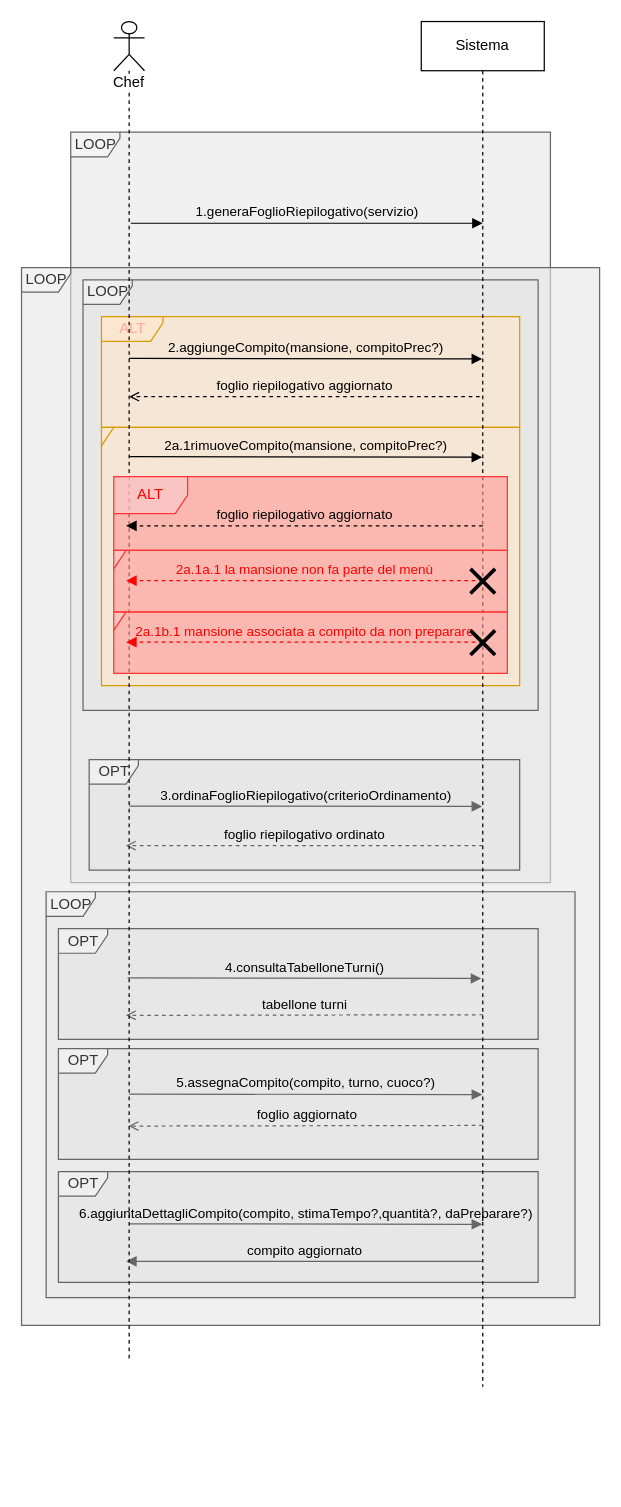
The draw.io diagram Modellazione_business_requisiti/SSD/SSD_estensioni_eccezioni_passo_2.drawio in Giacca01/CateRingProject, before the edit. Source tidied: cells renumbered, new cells numbered last; positions are measured from the earlier drawing's top-left corner, leaving out a move shared by most shapes. Both pictures are drawn from the tidied source at 123%, with x=0, y=0 at pixel (21, 21).
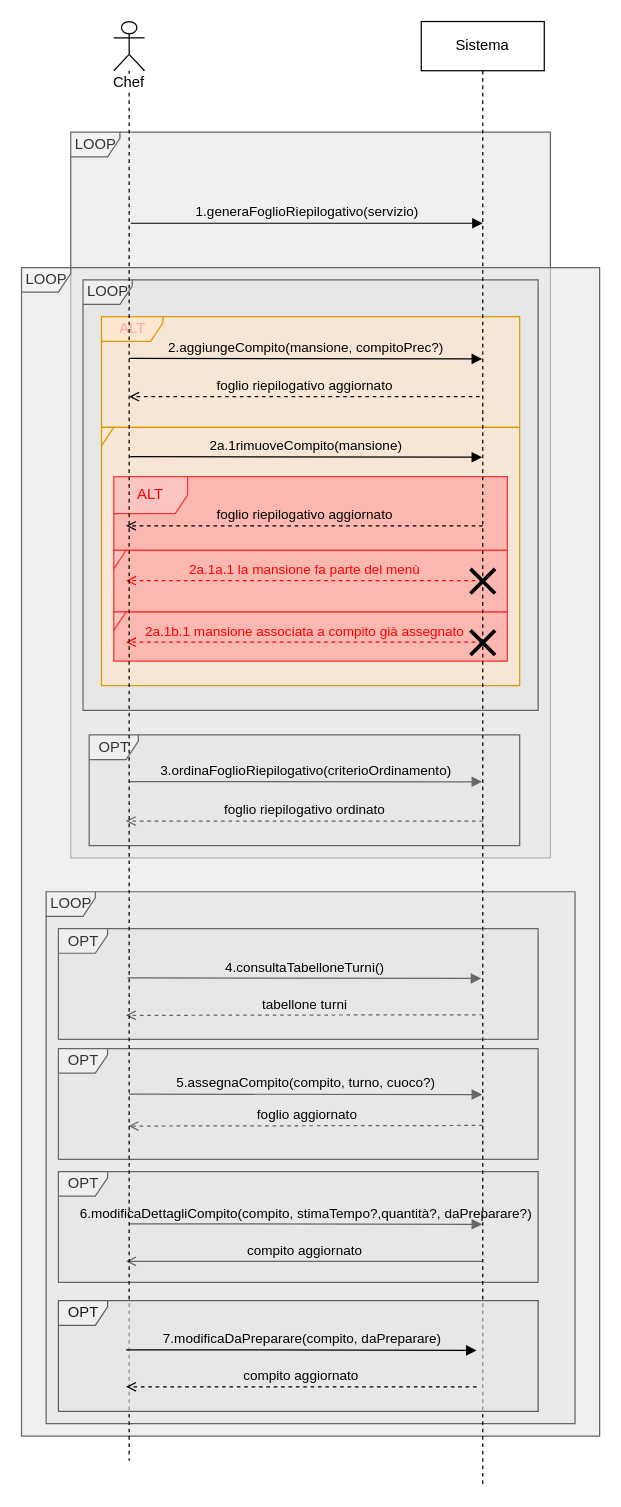
Above is the later version.

Unchanged cells that the change refers to:
```xml
<mxCell id="26" style="group;" parent="1" vertex="1">
  <mxGeometry x="75" y="370" width="320" height="160" as="geometry" />
</mxCell>
```

What changed in the source:
```diff
@@
     <mxCell id="2" value="LOOP" style="shape=umlFrame;tabWidth=110;tabHeight=30;tabPosition=left;html=1;boundedLbl=1;labelInHeader=1;width=40;height=20;swimlaneFillColor=#E6E6E6;fillColor=#f5f5f5;strokeColor=#666666;fillOpacity=60;fontColor=#333333;" parent="1" vertex="1">
-      <mxGeometry x="40" y="90" width="390" height="610" as="geometry" />
+      <mxGeometry x="40" y="90" width="390" height="590" as="geometry" />
     </mxCell>
@@
     <mxCell id="4" value="LOOP" style="shape=umlFrame;tabWidth=110;tabHeight=30;tabPosition=left;html=1;boundedLbl=1;labelInHeader=1;width=40;height=20;swimlaneFillColor=#E6E6E6;fillColor=#f5f5f5;strokeColor=#666666;fillOpacity=60;fontColor=#333333;" parent="1" vertex="1">
-      <mxGeometry y="200" width="470" height="860" as="geometry" />
+      <mxGeometry y="200" width="470" height="950" as="geometry" />
     </mxCell>
     <mxCell id="5" value="LOOP" style="shape=umlFrame;tabWidth=110;tabHeight=30;tabPosition=left;html=1;boundedLbl=1;labelInHeader=1;width=40;height=20;swimlaneFillColor=#E6E6E6;fillColor=#f5f5f5;strokeColor=#666666;fillOpacity=60;fontColor=#333333;" parent="1" vertex="1">
-      <mxGeometry x="20" y="707.5" width="430" height="330" as="geometry" />
+      <mxGeometry x="20" y="707.5" width="430" height="432.5" as="geometry" />
     </mxCell>
@@
-    <mxCell id="13" value="6.aggiuntaDettagliCompito(compito, stimaTempo?,quantità?, daPreparare?)" style="html=1;verticalAlign=bottom;endArrow=block;edgeStyle=elbowEdgeStyle;elbow=horizontal;curved=0;rounded=0;labelBackgroundColor=none;fillColor=#f5f5f5;strokeColor=#666666;" parent="1" edge="1" target="25">
+    <mxCell id="13" value="6.modificaDettagliCompito(compito, stimaTempo?,quantità?, daPreparare?)" style="html=1;verticalAlign=bottom;endArrow=block;edgeStyle=elbowEdgeStyle;elbow=horizontal;curved=0;rounded=0;labelBackgroundColor=none;fillColor=#f5f5f5;strokeColor=#666666;" parent="1" edge="1" target="25">
       <mxGeometry relative="1" as="geometry">
         <mxPoint x="87.5" y="977.5" as="sourcePoint" />
         <Array as="points">
           <mxPoint x="183" y="977.9" />
         </Array>
       </mxGeometry>
     </mxCell>
-    <mxCell id="14" value="compito aggiornato" style="html=1;verticalAlign=bottom;endArrow=block;edgeStyle=elbowEdgeStyle;elbow=vertical;curved=0;rounded=0;labelBackgroundColor=none;fillColor=#f5f5f5;strokeColor=#666666;" parent="1" edge="1" source="25">
+    <mxCell id="14" value="compito aggiornato" style="html=1;verticalAlign=bottom;endArrow=open;edgeStyle=elbowEdgeStyle;elbow=vertical;curved=0;rounded=0;labelBackgroundColor=none;fillColor=#f5f5f5;strokeColor=#666666;endFill=0;" parent="1" edge="1" source="25">
       <mxGeometry relative="1" as="geometry">
         <mxPoint x="85" y="1007.5" as="targetPoint" />
       </mxGeometry>
     </mxCell>
@@
-    <mxCell id="16" value="OPT" style="shape=umlFrame;tabWidth=110;tabHeight=30;tabPosition=left;html=1;boundedLbl=1;labelInHeader=1;width=40;height=20;swimlaneFillColor=#E6E6E6;fillColor=#f5f5f5;strokeColor=#666666;fillOpacity=60;fontColor=#333333;" parent="1" vertex="1">
-      <mxGeometry x="55" y="600" width="350" height="90" as="geometry" />
-    </mxCell>
-    <mxCell id="17" value="foglio riepilogativo ordinato" style="html=1;verticalAlign=bottom;endArrow=open;edgeStyle=elbowEdgeStyle;elbow=vertical;curved=0;rounded=0;labelBackgroundColor=none;endFill=0;dashed=1;fillColor=#f5f5f5;strokeColor=#666666;" parent="16" edge="1">
-      <mxGeometry relative="1" as="geometry">
-        <mxPoint x="320.2" y="70" as="sourcePoint" />
-        <mxPoint x="29.8" y="70.1" as="targetPoint" />
-      </mxGeometry>
-    </mxCell>
-    <mxCell id="18" value="3.ordinaFoglioRiepilogativo(criterioOrdinamento)" style="html=1;verticalAlign=bottom;endArrow=block;edgeStyle=elbowEdgeStyle;elbow=vertical;curved=0;rounded=0;labelBackgroundColor=none;fillColor=#f5f5f5;strokeColor=#666666;" parent="16" edge="1" target="25">
-      <mxGeometry relative="1" as="geometry">
-        <mxPoint x="32.5" y="37.9" as="sourcePoint" />
-        <Array as="points">
-          <mxPoint x="128" y="38.1" />
-        </Array>
-      </mxGeometry>
-    </mxCell>
@@
-    <mxCell id="23" value="2a.1rimuoveCompito(mansione, compitoPrec?)" style="html=1;verticalAlign=bottom;endArrow=block;edgeStyle=elbowEdgeStyle;elbow=vertical;curved=0;rounded=0;labelBackgroundColor=none;" parent="1" edge="1" target="25">
+    <mxCell id="23" value="2a.1rimuoveCompito(mansione)" style="html=1;verticalAlign=bottom;endArrow=block;edgeStyle=elbowEdgeStyle;elbow=vertical;curved=0;rounded=0;labelBackgroundColor=none;" parent="1" edge="1" target="25">
       <mxGeometry relative="1" as="geometry">
         <mxPoint x="87.5" y="353.8" as="sourcePoint" />
         <Array as="points">
           <mxPoint x="183" y="354.2" />
         </Array>
       </mxGeometry>
     </mxCell>
-    <mxCell id="24" value="Chef" style="shape=umlLifeline;participant=umlActor;perimeter=lifelinePerimeter;whiteSpace=wrap;html=1;verticalAlign=top;spacingTop=36;outlineConnect=0;labelBackgroundColor=default;" parent="1" vertex="1">
-      <mxGeometry x="75" width="25" height="1090" as="geometry" />
-    </mxCell>
-    <mxCell id="25" value="Sistema" style="shape=umlLifeline;perimeter=lifelinePerimeter;whiteSpace=wrap;html=1;outlineConnect=0;labelBackgroundColor=none;" parent="1" vertex="1">
-      <mxGeometry x="325" width="100" height="1110" as="geometry" />
-    </mxCell>
@@
-    <mxCell id="27" style="shape=umlFrame;whiteSpace=wrap;html=1;swimlaneFillColor=#FF9999;fillColor=#f8cecc;strokeColor=#FF3333;fillOpacity=60;fontColor=#FF0000;width=10;height=15;" parent="26" vertex="1">
-      <mxGeometry y="110" width="320" height="50" as="geometry" />
-    </mxCell>
@@
-    <mxCell id="30" value="foglio riepilogativo aggiornato" style="html=1;verticalAlign=bottom;endArrow=block;edgeStyle=elbowEdgeStyle;elbow=vertical;curved=0;rounded=0;labelBackgroundColor=none;dashed=1;" parent="26" edge="1">
+    <mxCell id="30" value="foglio riepilogativo aggiornato" style="html=1;verticalAlign=bottom;endArrow=open;edgeStyle=elbowEdgeStyle;elbow=vertical;curved=0;rounded=0;labelBackgroundColor=none;dashed=1;endFill=0;" parent="26" edge="1">
       <mxGeometry relative="1" as="geometry">
         <mxPoint x="300" y="40" as="sourcePoint" />
         <mxPoint x="10" y="40.1" as="targetPoint" />
       </mxGeometry>
     </mxCell>
-    <mxCell id="31" value="2a.1a.1 la mansione non fa parte del menù" style="html=1;verticalAlign=bottom;endArrow=block;edgeStyle=elbowEdgeStyle;elbow=horizontal;curved=0;rounded=0;labelBackgroundColor=none;dashed=1;strokeColor=#FF0000;fontColor=#FF0000;" parent="26" edge="1">
+    <mxCell id="31" value="2a.1a.1 la mansione fa parte del menù" style="html=1;verticalAlign=bottom;endArrow=open;edgeStyle=elbowEdgeStyle;elbow=horizontal;curved=0;rounded=0;labelBackgroundColor=none;dashed=1;strokeColor=#FF0000;fontColor=#FF0000;endFill=0;" parent="26" edge="1">
       <mxGeometry relative="1" as="geometry">
         <mxPoint x="300" y="84.5" as="sourcePoint" />
         <mxPoint x="10" y="84.6" as="targetPoint" />
       </mxGeometry>
     </mxCell>
@@
-    <mxCell id="33" value="2a.1b.1 mansione associata a compito da non preparare" style="html=1;verticalAlign=bottom;endArrow=block;edgeStyle=elbowEdgeStyle;elbow=horizontal;curved=0;rounded=0;labelBackgroundColor=none;dashed=1;strokeColor=#FF0000;fontColor=#FF0000;" parent="26" edge="1">
-      <mxGeometry relative="1" as="geometry">
-        <mxPoint x="300" y="134.5" as="sourcePoint" />
-        <mxPoint x="10" y="134.6" as="targetPoint" />
-      </mxGeometry>
-    </mxCell>
-    <mxCell id="34" style="shape=umlDestroy;whiteSpace=wrap;html=1;strokeWidth=3;targetShapes=umlLifeline;" parent="26" vertex="1">
-      <mxGeometry x="290" y="125" width="20" height="20" as="geometry" />
-    </mxCell>
+    <mxCell id="35" style="group;" parent="26" vertex="1">
+      <mxGeometry y="110" width="320" height="40" as="geometry" />
+    </mxCell>
+    <mxCell id="36" style="shape=umlFrame;whiteSpace=wrap;html=1;swimlaneFillColor=#FF9999;fillColor=#f8cecc;strokeColor=#FF3333;fillOpacity=60;fontColor=#FF0000;width=10;height=15;" parent="35" vertex="1">
+      <mxGeometry width="320" height="40" as="geometry" />
+    </mxCell>
+    <mxCell id="37" value="2a.1b.1 mansione associata a compito già assegnato" style="html=1;verticalAlign=bottom;endArrow=open;edgeStyle=elbowEdgeStyle;elbow=horizontal;curved=0;rounded=0;labelBackgroundColor=none;dashed=1;strokeColor=#FF0000;fontColor=#FF0000;endFill=0;" parent="35" edge="1">
+      <mxGeometry relative="1" as="geometry">
+        <mxPoint x="300" y="24.5" as="sourcePoint" />
+        <mxPoint x="10" y="24.6" as="targetPoint" />
+      </mxGeometry>
+    </mxCell>
+    <mxCell id="38" style="shape=umlDestroy;whiteSpace=wrap;html=1;strokeWidth=3;targetShapes=umlLifeline;" parent="35" vertex="1">
+      <mxGeometry x="290" y="15" width="20" height="20" as="geometry" />
+    </mxCell>
+    <mxCell id="16" value="OPT" style="shape=umlFrame;tabWidth=110;tabHeight=30;tabPosition=left;html=1;boundedLbl=1;labelInHeader=1;width=40;height=20;swimlaneFillColor=#E6E6E6;fillColor=#f5f5f5;strokeColor=#666666;fillOpacity=60;fontColor=#333333;" parent="1" vertex="1">
+      <mxGeometry x="55" y="580" width="350" height="90" as="geometry" />
+    </mxCell>
+    <mxCell id="18" value="3.ordinaFoglioRiepilogativo(criterioOrdinamento)" style="html=1;verticalAlign=bottom;endArrow=block;edgeStyle=elbowEdgeStyle;elbow=vertical;curved=0;rounded=0;labelBackgroundColor=none;fillColor=#f5f5f5;strokeColor=#666666;" parent="1" edge="1">
+      <mxGeometry relative="1" as="geometry">
+        <mxPoint x="87.5" y="617.9" as="sourcePoint" />
+        <mxPoint x="374.5" y="618.1" as="targetPoint" />
+        <Array as="points">
+          <mxPoint x="183" y="618.1" />
+        </Array>
+      </mxGeometry>
+    </mxCell>
+    <mxCell id="17" value="foglio riepilogativo ordinato" style="html=1;verticalAlign=bottom;endArrow=open;edgeStyle=elbowEdgeStyle;elbow=vertical;curved=0;rounded=0;labelBackgroundColor=none;endFill=0;dashed=1;fillColor=#f5f5f5;strokeColor=#666666;" parent="1" edge="1">
+      <mxGeometry relative="1" as="geometry">
+        <mxPoint x="375.2" y="650" as="sourcePoint" />
+        <mxPoint x="84.8" y="650.1" as="targetPoint" />
+      </mxGeometry>
+    </mxCell>
+    <mxCell id="24" value="Chef" style="shape=umlLifeline;participant=umlActor;perimeter=lifelinePerimeter;whiteSpace=wrap;html=1;verticalAlign=top;spacingTop=36;outlineConnect=0;labelBackgroundColor=default;" parent="1" vertex="1">
+      <mxGeometry x="75" width="25" height="1170" as="geometry" />
+    </mxCell>
+    <mxCell id="25" value="Sistema" style="shape=umlLifeline;perimeter=lifelinePerimeter;whiteSpace=wrap;html=1;outlineConnect=0;labelBackgroundColor=none;" parent="1" vertex="1">
+      <mxGeometry x="325" width="100" height="1190" as="geometry" />
+    </mxCell>
+    <mxCell id="39" value="OPT" style="shape=umlFrame;tabWidth=110;tabHeight=30;tabPosition=left;html=1;boundedLbl=1;labelInHeader=1;width=40;height=20;swimlaneFillColor=#E6E6E6;fillColor=#f6f5f4;strokeColor=#5e5c64;fillOpacity=60;fontColor=#1A1A1A;" parent="1" vertex="1">
+      <mxGeometry x="30" y="1040" width="390" height="90" as="geometry" />
+    </mxCell>
+    <mxCell id="40" value="7.modificaDaPreparare(compito, daPreparare)" style="html=1;verticalAlign=bottom;endArrow=block;edgeStyle=elbowEdgeStyle;elbow=horizontal;curved=0;rounded=0;labelBackgroundColor=none;" parent="1" edge="1">
+      <mxGeometry relative="1" as="geometry">
+        <mxPoint x="85" y="1080" as="sourcePoint" />
+        <mxPoint x="370" y="1080.4" as="targetPoint" />
+        <Array as="points">
+          <mxPoint x="180.5" y="1080.4" />
+        </Array>
+      </mxGeometry>
+    </mxCell>
+    <mxCell id="41" value="compito aggiornato" style="html=1;verticalAlign=bottom;endArrow=open;edgeStyle=elbowEdgeStyle;elbow=vertical;curved=0;rounded=0;labelBackgroundColor=none;endFill=0;dashed=1;" parent="1" edge="1">
+      <mxGeometry relative="1" as="geometry">
+        <mxPoint x="370" y="1110" as="sourcePoint" />
+        <mxPoint x="85" y="1110" as="targetPoint" />
+      </mxGeometry>
+    </mxCell>
```
